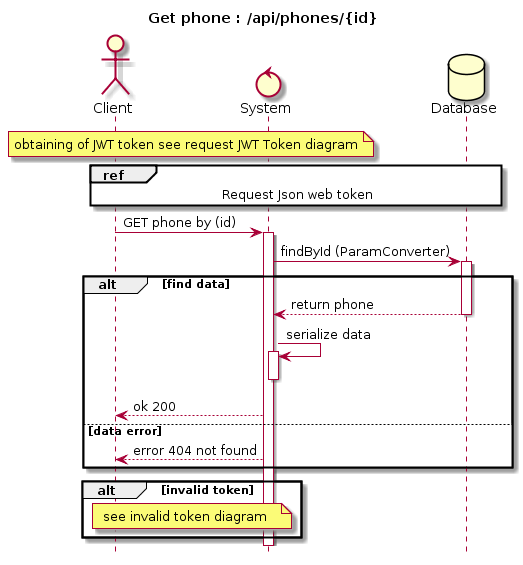
Above: docs/Uml/Diagram_sequences/Diagram_sequence_get_phone.png in siggwer/Bilemo (PlantUML), before the change.
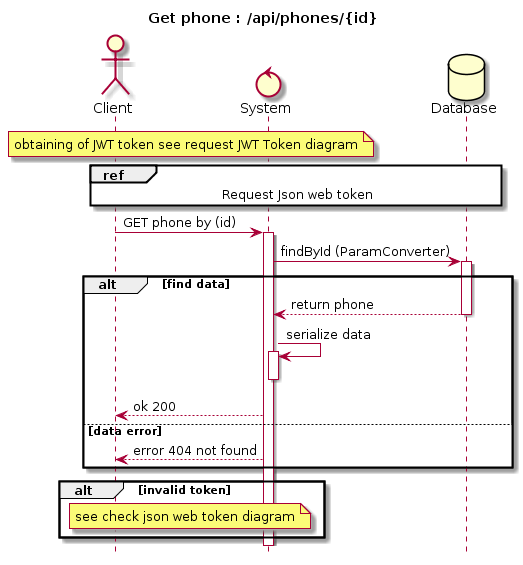
Above is the later version.

What changed in the source:
```diff
@@ -12,7 +12,6 @@
 ref over Client, System, Database
     Request Json web token
 end ref
-
 
 Client -> System : GET phone by (id)
 activate System
@@ -32,7 +31,7 @@
 end
 alt invalid token
 note over Client, System
-    see invalid token diagram
+    see check json web token diagram
 end note
 end
 @enduml
```
